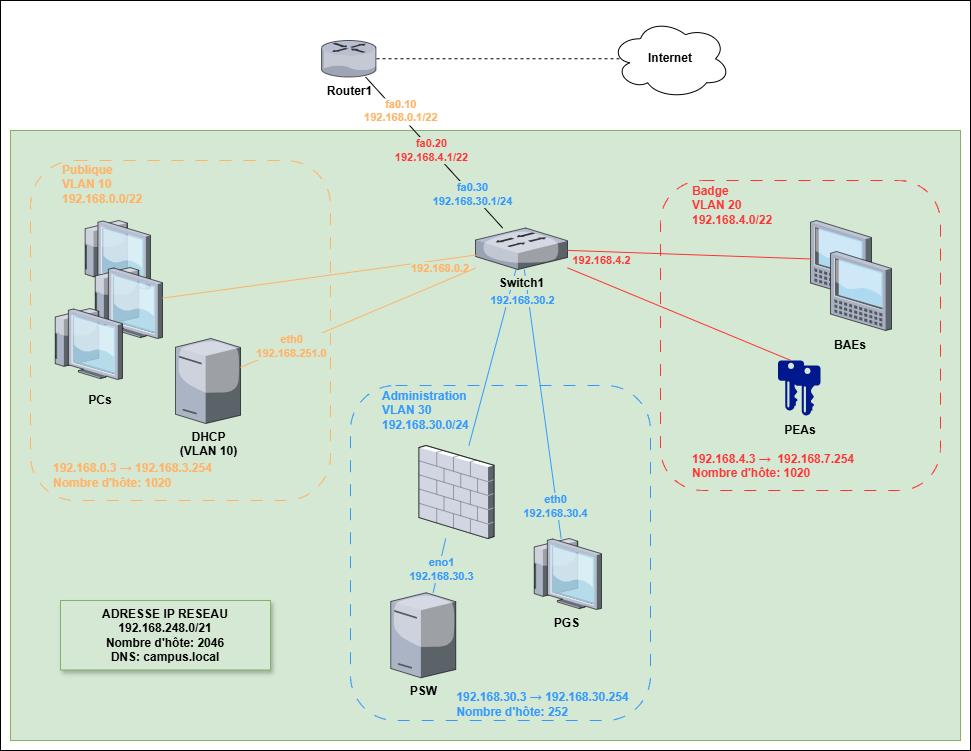
This is PartieCommune/Reseau/InfraReseau(finale).png from RobinMartineau/Acc-s-campus-, a draw.io export, as it was before one commit. Source tidied: cells renumbered, new cells last; positions are measured from the earlier drawing's top-left corner, leaving out a move shared by most shapes.
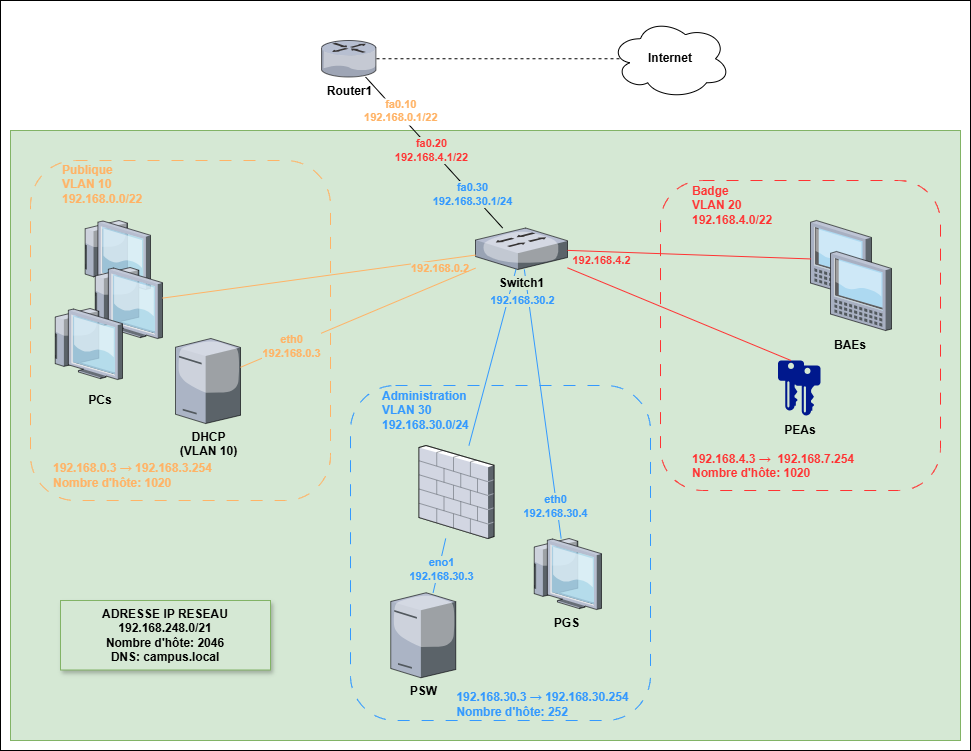
The same diagram one commit later.

Commit message:
Modif schemas reseaux

Change to the diagram source:
```diff
@@ -151,7 +151,7 @@
     <mxCell id="46" style="endArrow=none;html=1;rounded=0;strokeColor=#FFB366;" parent="1" edge="1" source="45" target="16">
       <mxGeometry relative="1" as="geometry" />
     </mxCell>
-    <mxCell id="47" value="eth0&lt;div&gt;192.168.251.0&lt;/div&gt;" style="edgeLabel;html=1;align=center;verticalAlign=middle;labelBackgroundColor=light-dark(#d5e8d4, #ededed);fontStyle=1;fontColor=light-dark(#FFB366,#EDEDED);textShadow=0;" parent="46" vertex="1">
+    <mxCell id="47" value="eth0&lt;div&gt;192.168.0.3&lt;/div&gt;" style="edgeLabel;html=1;align=center;verticalAlign=middle;labelBackgroundColor=light-dark(#d5e8d4, #ededed);fontStyle=1;fontColor=light-dark(#FFB366,#EDEDED);textShadow=0;" parent="46" vertex="1">
       <mxGeometry x="-0.71" y="2" relative="1" as="geometry">
         <mxPoint x="16" y="-5" as="offset" />
       </mxGeometry>
```
